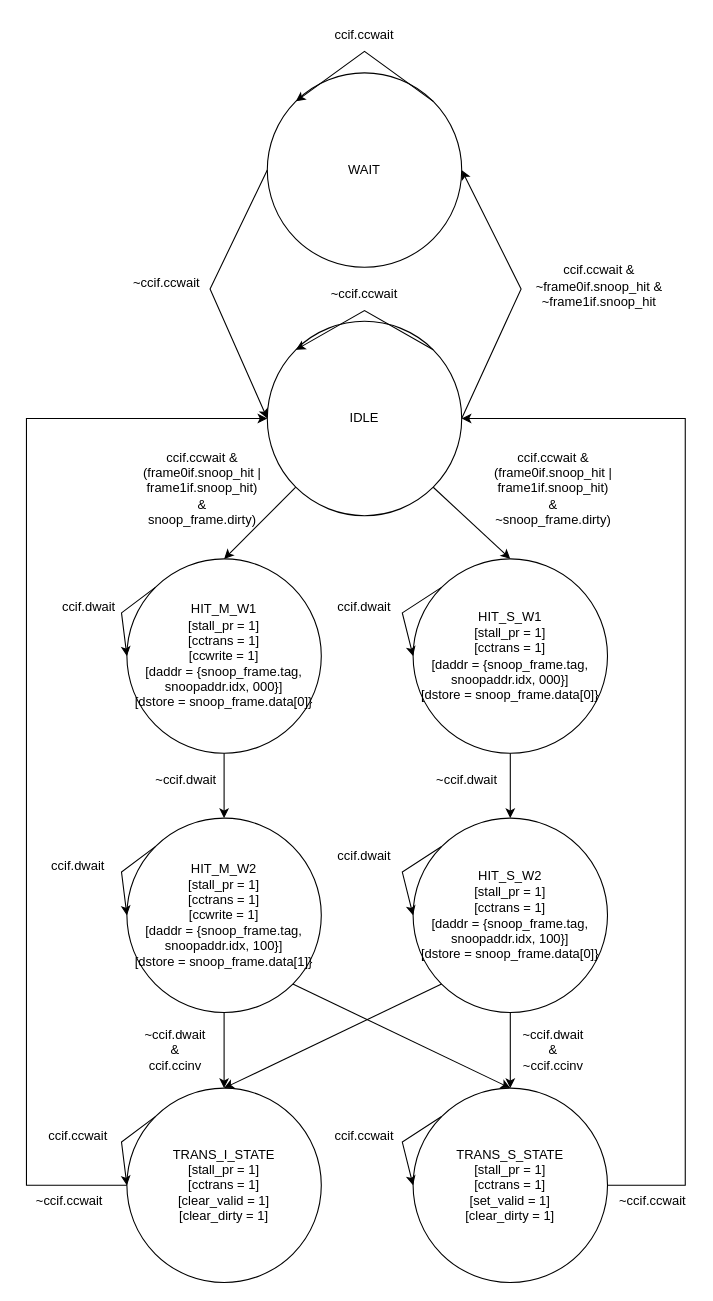
The draw.io diagram page "Page-3" (3 of 3) of Caches.drawio in dsrasheed/ece437, before the edit. Source tidied: cells renumbered, new cells numbered last; positions are measured from the earlier drawing's top-left corner, leaving out a move shared by most shapes. Both pictures are drawn from the tidied source at 108%, with x=0, y=0 at pixel (26, 18).
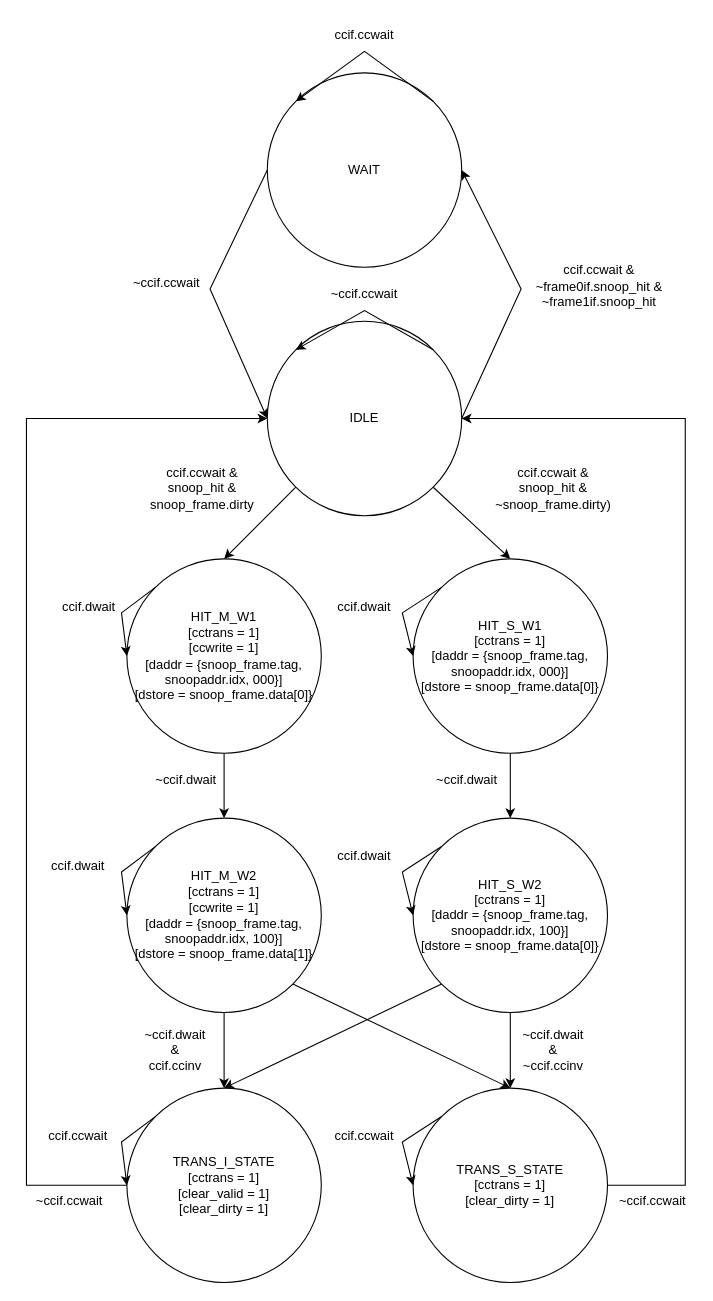
After the change.

Diff of the diagram source:
```diff
@@
-    <mxCell id="3" value="ccif.ccwait &amp;amp;&lt;br&gt;(frame0if.snoop_hit | frame1if.snoop_hit)&lt;br&gt;&amp;amp;&lt;br&gt;snoop_frame.dirty)" style="text;html=1;strokeColor=none;fillColor=none;align=center;verticalAlign=middle;whiteSpace=wrap;rounded=0;" parent="1" vertex="1">
+    <mxCell id="3" value="ccif.ccwait &amp;amp;&lt;br&gt;snoop_hit &amp;amp;&lt;br&gt;snoop_frame.dirty" style="text;html=1;strokeColor=none;fillColor=none;align=center;verticalAlign=middle;whiteSpace=wrap;rounded=0;" parent="1" vertex="1">
       <mxGeometry x="93" y="390" width="140" height="90" as="geometry" />
     </mxCell>
@@
-    <mxCell id="5" value="ccif.ccwait &amp;amp;&lt;br&gt;(frame0if.snoop_hit | frame1if.snoop_hit)&lt;br&gt;&amp;amp;&lt;br&gt;~snoop_frame.dirty)" style="text;html=1;strokeColor=none;fillColor=none;align=center;verticalAlign=middle;whiteSpace=wrap;rounded=0;" parent="1" vertex="1">
+    <mxCell id="5" value="ccif.ccwait &amp;amp;&lt;br&gt;snoop_hit &amp;amp;&lt;br&gt;~snoop_frame.dirty)" style="text;html=1;strokeColor=none;fillColor=none;align=center;verticalAlign=middle;whiteSpace=wrap;rounded=0;" parent="1" vertex="1">
       <mxGeometry x="418" y="420" width="140" height="30" as="geometry" />
     </mxCell>
-    <mxCell id="6" value="HIT_M_W1&lt;br&gt;[stall_pr = 1]&lt;br&gt;[cctrans = 1]&lt;br&gt;[ccwrite = 1]&lt;br&gt;[daddr = {snoop_frame.tag, snoopaddr.idx, 000}]&lt;br&gt;[dstore = snoop_frame.data[0]}" style="ellipse;whiteSpace=wrap;html=1;" parent="1" vertex="1">
+    <mxCell id="6" value="HIT_M_W1&lt;br&gt;[cctrans = 1]&lt;br&gt;[ccwrite = 1]&lt;br&gt;[daddr = {snoop_frame.tag, snoopaddr.idx, 000}]&lt;br&gt;[dstore = snoop_frame.data[0]}" style="ellipse;whiteSpace=wrap;html=1;" parent="1" vertex="1">
       <mxGeometry x="93" y="500" width="180" height="180" as="geometry" />
     </mxCell>
-    <mxCell id="7" value="HIT_M_W2&lt;br&gt;[stall_pr = 1]&lt;br&gt;[cctrans = 1]&lt;br&gt;[ccwrite = 1]&lt;br&gt;[daddr = {snoop_frame.tag, snoopaddr.idx, 100}]&lt;br&gt;[dstore = snoop_frame.data[1]}" style="ellipse;whiteSpace=wrap;html=1;" parent="1" vertex="1">
+    <mxCell id="7" value="HIT_M_W2&lt;br&gt;[cctrans = 1]&lt;br&gt;[ccwrite = 1]&lt;br&gt;[daddr = {snoop_frame.tag, snoopaddr.idx, 100}]&lt;br&gt;[dstore = snoop_frame.data[1]}" style="ellipse;whiteSpace=wrap;html=1;" parent="1" vertex="1">
       <mxGeometry x="93" y="740" width="180" height="180" as="geometry" />
     </mxCell>
@@
-    <mxCell id="15" value="TRANS_I_STATE&lt;br&gt;[stall_pr = 1]&lt;br&gt;[cctrans = 1]&lt;br&gt;[clear_valid = 1]&lt;br&gt;[clear_dirty = 1]" style="ellipse;whiteSpace=wrap;html=1;" parent="1" vertex="1">
+    <mxCell id="15" value="TRANS_I_STATE&lt;br&gt;[cctrans = 1]&lt;br&gt;[clear_valid = 1]&lt;br&gt;[clear_dirty = 1]" style="ellipse;whiteSpace=wrap;html=1;" parent="1" vertex="1">
       <mxGeometry x="93" y="990" width="180" height="180" as="geometry" />
     </mxCell>
-    <mxCell id="16" value="TRANS_S_STATE&lt;br&gt;[stall_pr = 1]&lt;br&gt;[cctrans = 1]&lt;br&gt;[set_valid = 1]&lt;br&gt;[clear_dirty = 1]" style="ellipse;whiteSpace=wrap;html=1;" parent="1" vertex="1">
+    <mxCell id="16" value="TRANS_S_STATE&lt;br&gt;[cctrans = 1]&lt;br&gt;[clear_dirty = 1]" style="ellipse;whiteSpace=wrap;html=1;" parent="1" vertex="1">
       <mxGeometry x="358" y="990" width="180" height="180" as="geometry" />
     </mxCell>
-    <mxCell id="17" value="HIT_S_W1&lt;br&gt;[stall_pr = 1]&lt;br&gt;[cctrans = 1]&lt;br&gt;[daddr = {snoop_frame.tag, snoopaddr.idx, 000}]&lt;br&gt;[dstore = snoop_frame.data[0]}" style="ellipse;whiteSpace=wrap;html=1;" parent="1" vertex="1">
+    <mxCell id="17" value="HIT_S_W1&lt;br&gt;[cctrans = 1]&lt;br&gt;[daddr = {snoop_frame.tag, snoopaddr.idx, 000}]&lt;br&gt;[dstore = snoop_frame.data[0]}" style="ellipse;whiteSpace=wrap;html=1;" parent="1" vertex="1">
       <mxGeometry x="358" y="500" width="180" height="180" as="geometry" />
     </mxCell>
@@
-    <mxCell id="19" value="HIT_S_W2&lt;br&gt;[stall_pr = 1]&lt;br&gt;[cctrans = 1]&lt;br&gt;[daddr = {snoop_frame.tag, snoopaddr.idx, 100}]&lt;br&gt;[dstore = snoop_frame.data[0]}" style="ellipse;whiteSpace=wrap;html=1;" parent="1" vertex="1">
+    <mxCell id="19" value="HIT_S_W2&lt;br&gt;[cctrans = 1]&lt;br&gt;[daddr = {snoop_frame.tag, snoopaddr.idx, 100}]&lt;br&gt;[dstore = snoop_frame.data[0]}" style="ellipse;whiteSpace=wrap;html=1;" parent="1" vertex="1">
       <mxGeometry x="358" y="740" width="180" height="180" as="geometry" />
     </mxCell>
```
